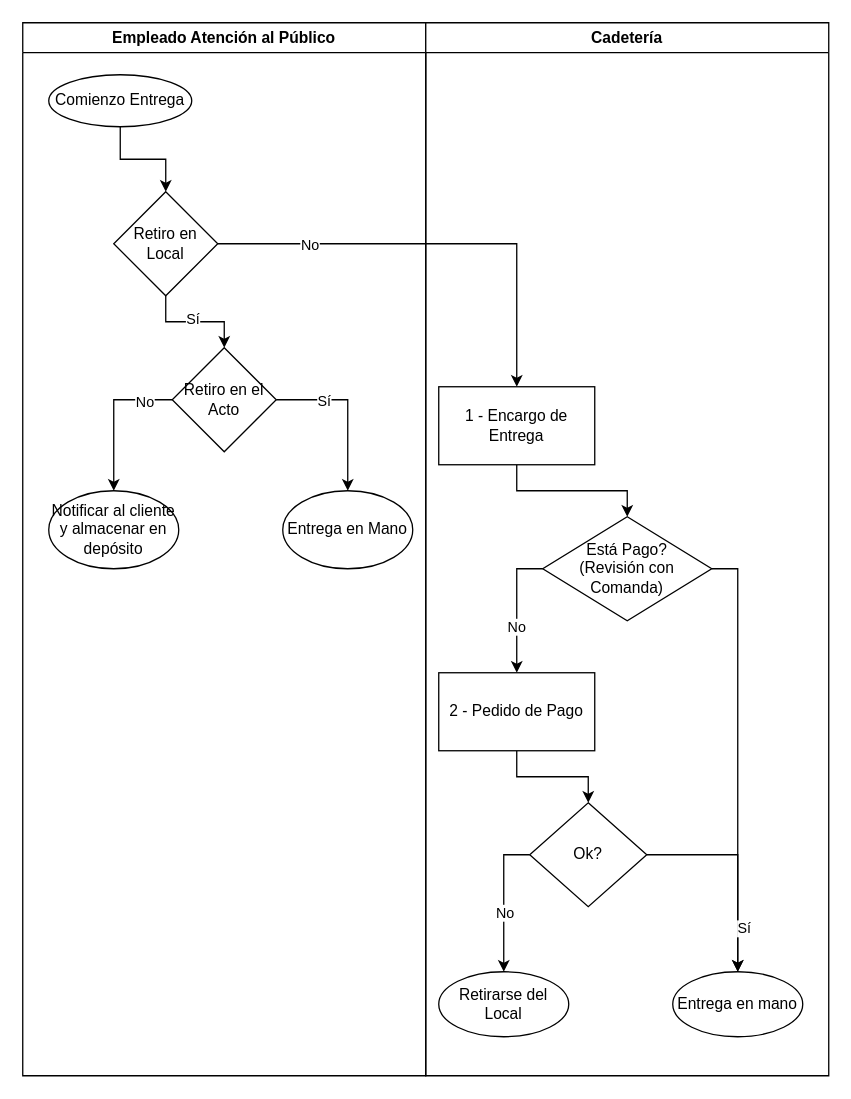
Above: propuesta/ProcesoEntregaPedidos.drawio in elelouch/TrabajoFinalAUS (draw.io), before the change. Source tidied: cells renumbered, new cells numbered last; positions are measured from the earlier drawing's top-left corner, leaving out a move shared by most shapes. Both pictures are drawn from the tidied source at 130%, with x=0, y=0 at pixel (22, 22).
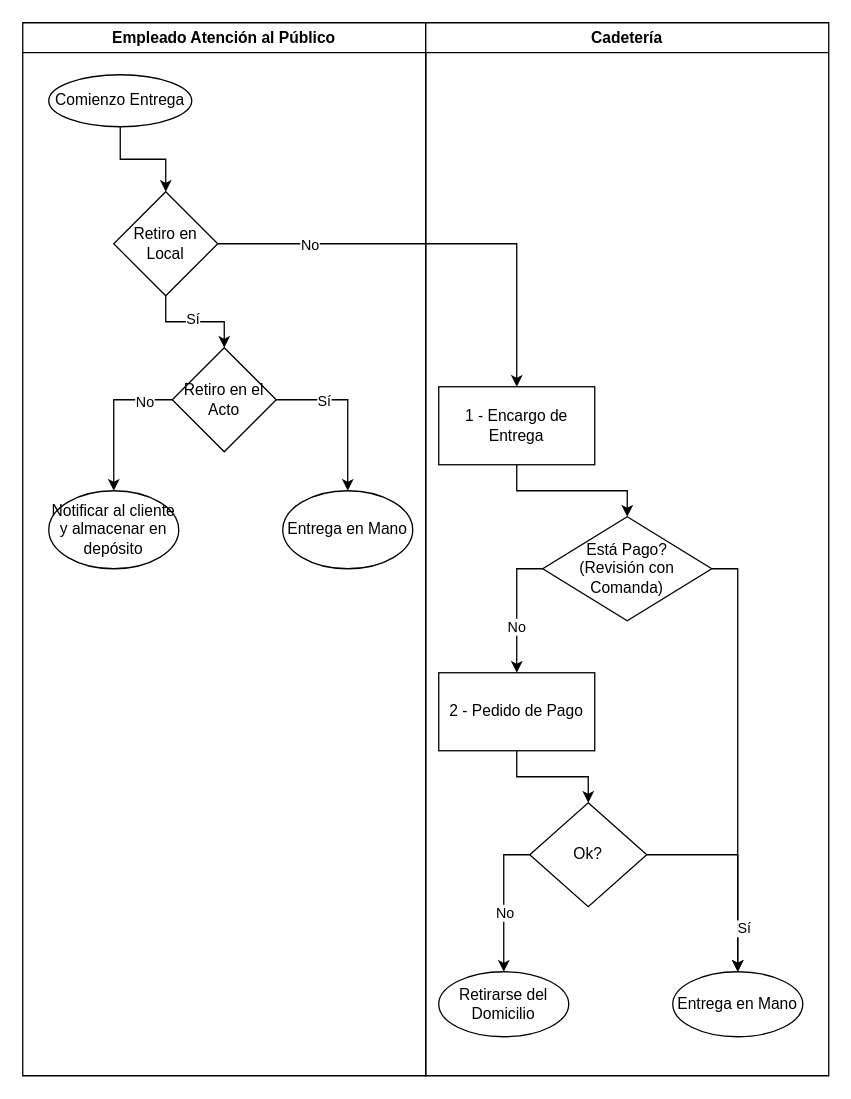
The same page after the edit.

The change refers to these unchanged cells:
```xml
<mxCell id="15" value="Cadetería" style="swimlane;whiteSpace=wrap;html=1;" parent="1" vertex="1">
  <mxGeometry x="310" width="310" height="810" as="geometry" />
</mxCell>
```

Change to the diagram source:
```diff
@@
-    <mxCell id="29" value="Retirarse del Local" style="ellipse;whiteSpace=wrap;html=1;" parent="15" vertex="1">
+    <mxCell id="29" value="Retirarse del Domicilio" style="ellipse;whiteSpace=wrap;html=1;" parent="15" vertex="1">
       <mxGeometry x="10" y="730" width="100" height="50" as="geometry" />
     </mxCell>
-    <mxCell id="30" value="Entrega en mano" style="ellipse;whiteSpace=wrap;html=1;" parent="15" vertex="1">
+    <mxCell id="30" value="Entrega en Mano" style="ellipse;whiteSpace=wrap;html=1;" parent="15" vertex="1">
       <mxGeometry x="190" y="730" width="100" height="50" as="geometry" />
     </mxCell>
```
